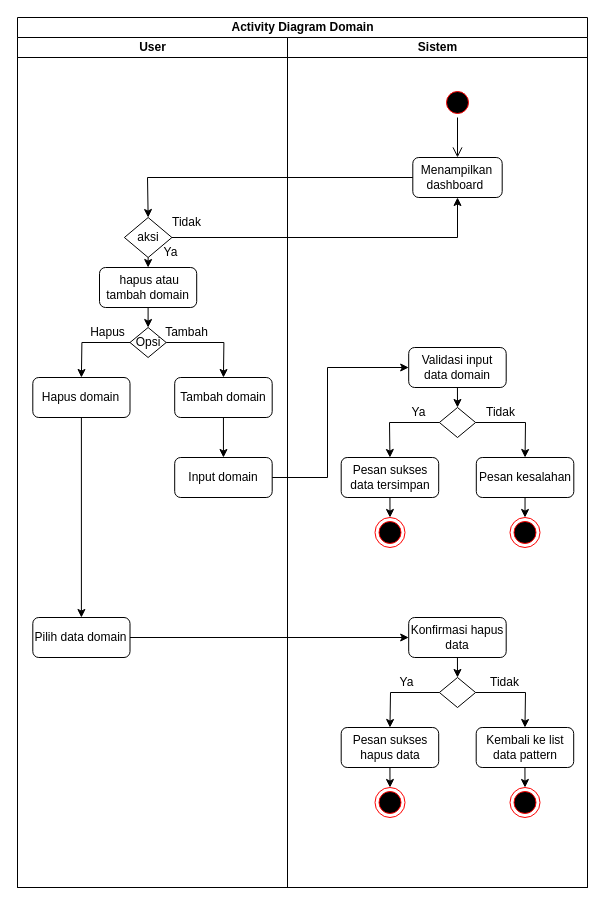
Before: page "Activity Diagram - Add domain" (5 of 8) of Cara Kerja Aplikasi TA.drawio in zelsaddr/All-Diagrams, a draw.io diagram. Source tidied: cells renumbered, new cells numbered last; positions are measured from the earlier drawing's top-left corner, leaving out a move shared by most shapes. Both pictures are drawn from the tidied source at 100%, with x=0, y=0 at pixel (17, 17).
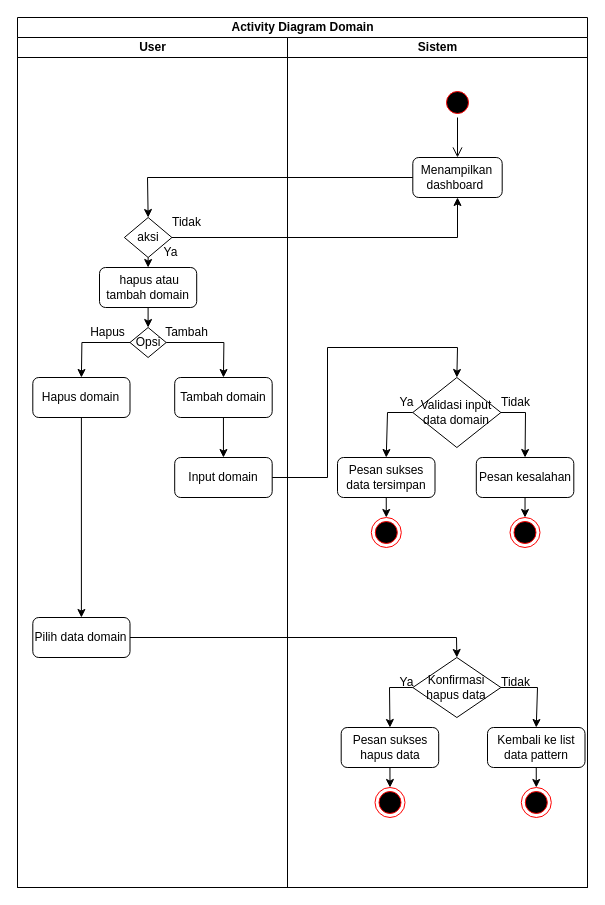
The same page after the edit.

The change refers to these unchanged cells:
```xml
<mxCell id="2" value="Activity Diagram Domain" style="swimlane;startSize=20;html=1;" parent="1" vertex="1">
  <mxGeometry width="570" height="870" as="geometry" />
</mxCell>
<mxCell id="6" value="Input domain" style="rounded=1;whiteSpace=wrap;html=1;" parent="3" vertex="1">
  <mxGeometry x="157.2" y="420" width="97.5" height="40" as="geometry" />
</mxCell>
<mxCell id="16" value="Pilih data domain" style="rounded=1;whiteSpace=wrap;html=1;" parent="3" vertex="1">
  <mxGeometry x="15.3" y="580" width="97.2" height="40" as="geometry" />
</mxCell>
<mxCell id="21" value="Sistem" style="swimlane;startSize=20;html=1;" parent="2" vertex="1">
  <mxGeometry x="270" y="20" width="300" height="850" as="geometry" />
</mxCell>
<mxCell id="28" value="Pesan kesalahan" style="rounded=1;whiteSpace=wrap;html=1;" parent="21" vertex="1">
  <mxGeometry x="188.8" y="420" width="97.5" height="40" as="geometry" />
</mxCell>
<mxCell id="40" value="Pesan sukses hapus data" style="rounded=1;whiteSpace=wrap;html=1;" parent="21" vertex="1">
  <mxGeometry x="53.7" y="690" width="97.5" height="40" as="geometry" />
</mxCell>
```

What changed in the source:
```diff
@@
-    <mxCell id="25" value="Validasi input data domain" style="rounded=1;whiteSpace=wrap;html=1;" parent="21" vertex="1">
-      <mxGeometry x="121.2" y="310" width="97.5" height="40" as="geometry" />
-    </mxCell>
-    <mxCell id="26" style="rhombus;whiteSpace=wrap;html=1;" parent="21" vertex="1">
-      <mxGeometry x="151.9" y="370" width="36.2" height="30" as="geometry" />
+    <mxCell id="26" value="Validasi input data domain" style="rhombus;whiteSpace=wrap;html=1;" parent="21" vertex="1">
+      <mxGeometry x="125.3" y="340" width="88.1" height="70" as="geometry" />
     </mxCell>
     <mxCell id="27" value="Pesan sukses data tersimpan" style="rounded=1;whiteSpace=wrap;html=1;" parent="21" vertex="1">
-      <mxGeometry x="53.7" y="420" width="97.5" height="40" as="geometry" />
+      <mxGeometry x="50" y="420" width="97.5" height="40" as="geometry" />
     </mxCell>
@@
     <mxCell id="29" style="ellipse;html=1;shape=endState;fillColor=#000000;strokeColor=#ff0000;" parent="21" vertex="1">
-      <mxGeometry x="87.5" y="480" width="30" height="30" as="geometry" />
+      <mxGeometry x="83.8" y="480" width="30" height="30" as="geometry" />
     </mxCell>
@@
-    <mxCell id="31" style="endArrow=classic;html=1;rounded=0;exitX=0.5;exitY=1;exitDx=0;exitDy=0;entryX=0.5;entryY=0;entryDx=0;entryDy=0;" parent="21" edge="1" source="25" target="26">
-      <mxGeometry relative="1" as="geometry" />
-    </mxCell>
     <mxCell id="32" style="endArrow=classic;html=1;rounded=0;exitX=0;exitY=0.5;exitDx=0;exitDy=0;entryX=0.5;entryY=0;entryDx=0;entryDy=0;" parent="21" edge="1" source="26" target="27">
       <mxGeometry relative="1" as="geometry">
         <Array as="points">
-          <mxPoint x="102" y="385" />
+          <mxPoint x="100" y="375" />
         </Array>
       </mxGeometry>
     </mxCell>
     <mxCell id="33" style="endArrow=classic;html=1;rounded=0;exitX=1;exitY=0.5;exitDx=0;exitDy=0;entryX=0.5;entryY=0;entryDx=0;entryDy=0;" parent="21" edge="1" source="26" target="28">
       <mxGeometry relative="1" as="geometry">
         <Array as="points">
-          <mxPoint x="238" y="385" />
+          <mxPoint x="238" y="375" />
         </Array>
       </mxGeometry>
     </mxCell>
@@
     <mxCell id="36" value="Tidak" style="text;html=1;align=center;verticalAlign=middle;strokeColor=none;fillColor=none;" parent="21" vertex="1">
-      <mxGeometry x="188.1" y="360" width="50" height="30" as="geometry" />
+      <mxGeometry x="202.5" y="350" width="50" height="30" as="geometry" />
     </mxCell>
     <mxCell id="37" value="Ya" style="text;html=1;align=center;verticalAlign=middle;strokeColor=none;fillColor=none;" parent="21" vertex="1">
-      <mxGeometry x="111.2" y="360" width="40" height="30" as="geometry" />
+      <mxGeometry x="98.5" y="350" width="40" height="30" as="geometry" />
     </mxCell>
-    <mxCell id="38" value="Konfirmasi hapus data" style="rounded=1;whiteSpace=wrap;html=1;" parent="21" vertex="1">
-      <mxGeometry x="121.2" y="580" width="97.5" height="40" as="geometry" />
-    </mxCell>
-    <mxCell id="39" style="rhombus;whiteSpace=wrap;html=1;" parent="21" vertex="1">
-      <mxGeometry x="151.9" y="640" width="36.2" height="30" as="geometry" />
+    <mxCell id="39" value="Konfirmasi hapus data" style="rhombus;whiteSpace=wrap;html=1;" parent="21" vertex="1">
+      <mxGeometry x="125.3" y="620" width="88.1" height="60" as="geometry" />
     </mxCell>
@@
     <mxCell id="41" value="Kembali ke list data pattern" style="rounded=1;whiteSpace=wrap;html=1;" parent="21" vertex="1">
-      <mxGeometry x="188.7" y="690" width="97.5" height="40" as="geometry" />
+      <mxGeometry x="200" y="690" width="97.5" height="40" as="geometry" />
     </mxCell>
@@
     <mxCell id="43" style="ellipse;html=1;shape=endState;fillColor=#000000;strokeColor=#ff0000;" parent="21" vertex="1">
-      <mxGeometry x="222.5" y="750" width="30" height="30" as="geometry" />
+      <mxGeometry x="233.8" y="750" width="30" height="30" as="geometry" />
     </mxCell>
-    <mxCell id="44" style="endArrow=classic;html=1;rounded=0;exitX=0.5;exitY=1;exitDx=0;exitDy=0;entryX=0.5;entryY=0;entryDx=0;entryDy=0;" parent="21" edge="1" source="38" target="39">
-      <mxGeometry relative="1" as="geometry" />
-    </mxCell>
     <mxCell id="45" style="endArrow=classic;html=1;rounded=0;exitX=0;exitY=0.5;exitDx=0;exitDy=0;entryX=0.5;entryY=0;entryDx=0;entryDy=0;" parent="21" edge="1" source="39" target="40">
       <mxGeometry relative="1" as="geometry">
         <Array as="points">
-          <mxPoint x="103" y="655" />
+          <mxPoint x="102" y="650" />
         </Array>
       </mxGeometry>
     </mxCell>
     <mxCell id="46" style="endArrow=classic;html=1;rounded=0;exitX=1;exitY=0.5;exitDx=0;exitDy=0;entryX=0.5;entryY=0;entryDx=0;entryDy=0;" parent="21" edge="1" source="39" target="41">
       <mxGeometry relative="1" as="geometry">
         <Array as="points">
-          <mxPoint x="238" y="655" />
+          <mxPoint x="250" y="650" />
         </Array>
       </mxGeometry>
     </mxCell>
@@
     <mxCell id="49" value="Tidak" style="text;html=1;align=center;verticalAlign=middle;strokeColor=none;fillColor=none;" parent="21" vertex="1">
-      <mxGeometry x="191.6" y="630" width="50" height="30" as="geometry" />
+      <mxGeometry x="202.5" y="630" width="50" height="30" as="geometry" />
     </mxCell>
@@
-    <mxCell id="53" style="endArrow=classic;html=1;rounded=0;entryX=0;entryY=0.5;entryDx=0;entryDy=0;exitX=1;exitY=0.5;exitDx=0;exitDy=0;" parent="2" edge="1" source="6" target="25">
+    <mxCell id="53" style="endArrow=classic;html=1;rounded=0;entryX=0.5;entryY=0;entryDx=0;entryDy=0;exitX=1;exitY=0.5;exitDx=0;exitDy=0;" parent="2" edge="1" source="6" target="26">
       <mxGeometry relative="1" as="geometry">
         <Array as="points">
           <mxPoint x="310" y="460" />
-          <mxPoint x="310" y="350" />
+          <mxPoint x="310" y="330" />
+          <mxPoint x="440" y="330" />
         </Array>
       </mxGeometry>
     </mxCell>
-    <mxCell id="54" style="endArrow=classic;html=1;rounded=0;exitX=1;exitY=0.5;exitDx=0;exitDy=0;entryX=0;entryY=0.5;entryDx=0;entryDy=0;" parent="2" edge="1" source="16" target="38">
-      <mxGeometry relative="1" as="geometry" />
+    <mxCell id="54" style="endArrow=classic;html=1;rounded=0;exitX=1;exitY=0.5;exitDx=0;exitDy=0;entryX=0.5;entryY=0;entryDx=0;entryDy=0;" parent="2" edge="1" source="16" target="39">
+      <mxGeometry relative="1" as="geometry">
+        <Array as="points">
+          <mxPoint x="439" y="620" />
+        </Array>
+      </mxGeometry>
     </mxCell>
```
